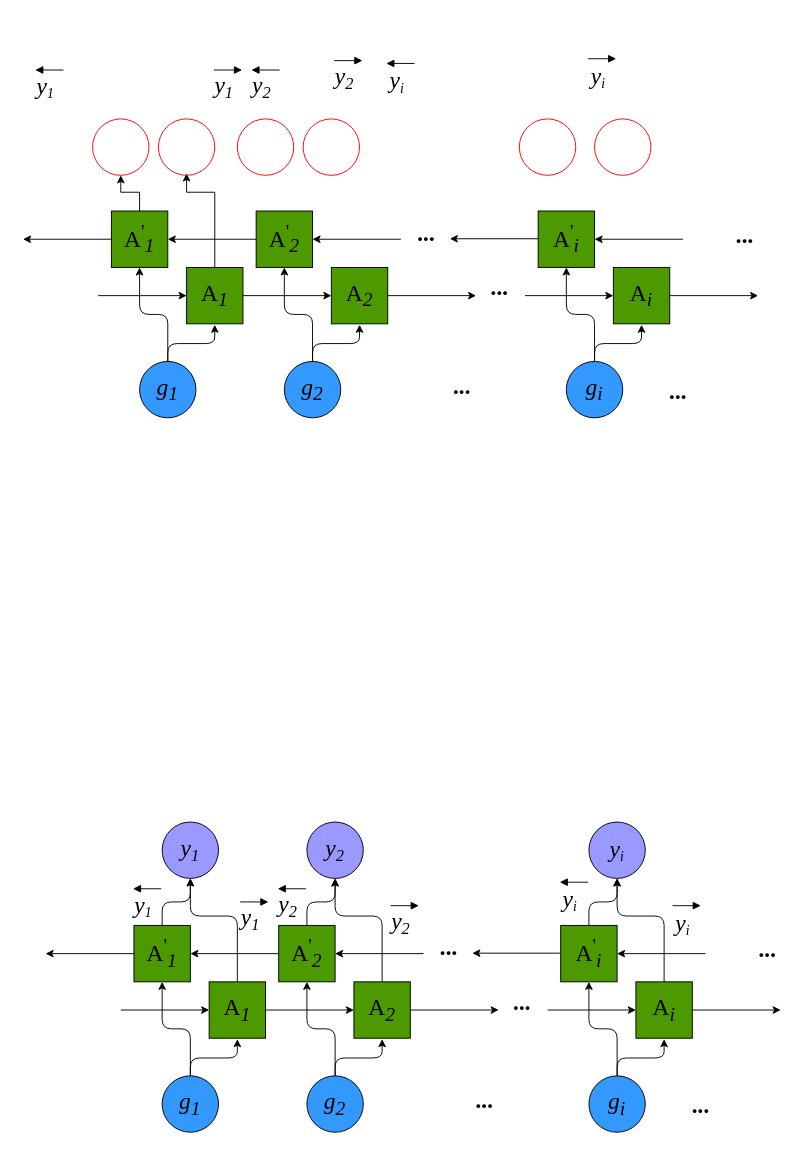
Above: BLSTM示意图.drawio in ByronGe/ff (draw.io), before the change. Source tidied: cells renumbered, new cells numbered last; positions are measured from the earlier drawing's top-left corner, leaving out a move shared by most shapes. Both pictures are drawn from the tidied source at 94%, with x=0, y=0 at pixel (23, 58).
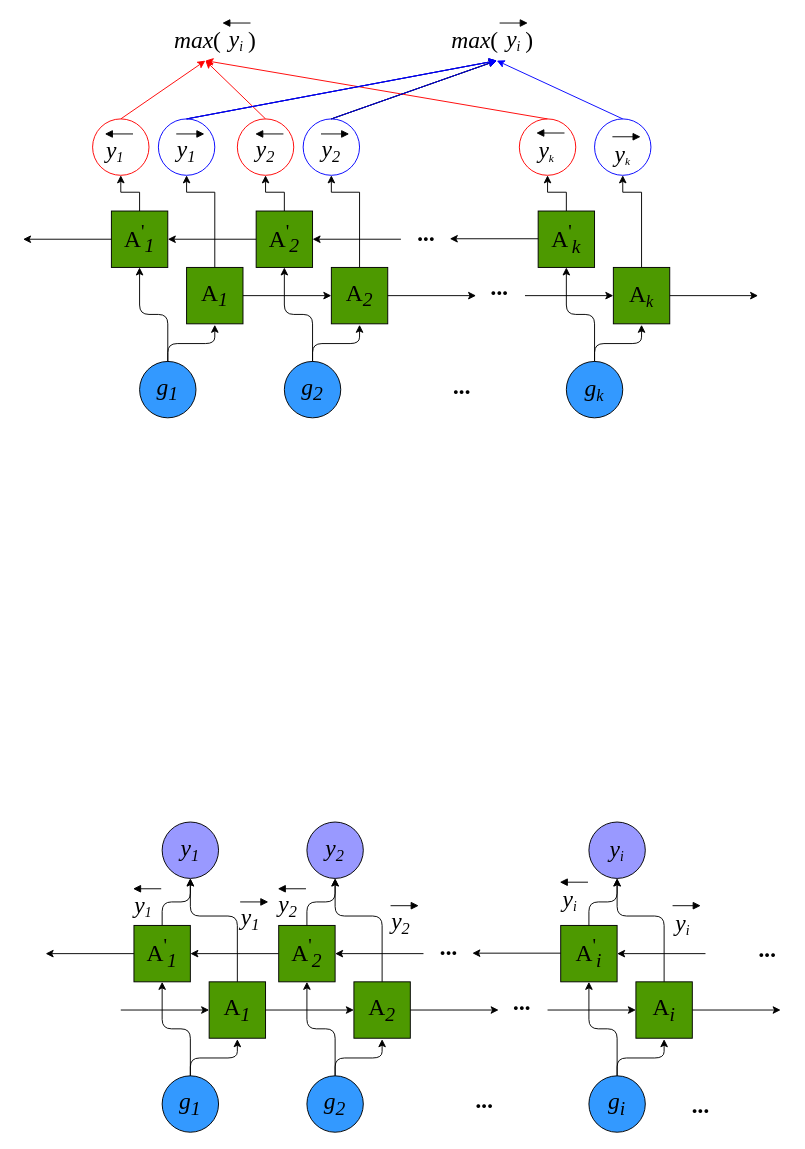
After the change.

Unchanged cells that the change refers to:
```xml
<mxCell id="8" style="whiteSpace=wrap;html=1;fontSize=25;fontStyle=2;fontFamily=Times New Roman;labelBackgroundColor=#00FF00;fillColor=#4D9900;" parent="1" vertex="1">
  <mxGeometry x="174" y="222" width="60" height="60" as="geometry" />
</mxCell>
<mxCell id="12" style="whiteSpace=wrap;html=1;fontSize=25;fontStyle=2;fontFamily=Times New Roman;gradientColor=none;fillColor=#4D9900;" parent="1" vertex="1">
  <mxGeometry x="248" y="162" width="60" height="60" as="geometry" />
</mxCell>
<mxCell id="13" style="whiteSpace=wrap;html=1;fontSize=25;fontStyle=2;fontFamily=Times New Roman;fillColor=#4D9900;" parent="1" vertex="1">
  <mxGeometry x="328" y="222" width="60" height="60" as="geometry" />
</mxCell>
<mxCell id="20" style="whiteSpace=wrap;html=1;fontSize=25;fontStyle=2;fontFamily=Times New Roman;fillColor=#4D9900;" parent="1" vertex="1">
  <mxGeometry x="548" y="162" width="60" height="60" as="geometry" />
</mxCell>
<mxCell id="21" style="whiteSpace=wrap;html=1;fontSize=25;fontStyle=2;fontFamily=Times New Roman;fillColor=#4D9900;" parent="1" vertex="1">
  <mxGeometry x="628" y="222" width="60" height="60" as="geometry" />
</mxCell>
<mxCell id="114" style="ellipse;whiteSpace=wrap;html=1;fontSize=25;fontStyle=2;fontFamily=Times New Roman;fillColor=none;strokeColor=#FF0000;" parent="1" vertex="1">
  <mxGeometry x="228" y="64" width="60" height="60" as="geometry" />
</mxCell>
<mxCell id="116" style="ellipse;whiteSpace=wrap;html=1;fontSize=25;fontStyle=2;fontFamily=Times New Roman;fillColor=none;strokeColor=#FF0000;" parent="1" vertex="1">
  <mxGeometry x="528" y="64" width="60" height="60" as="geometry" />
</mxCell>
```

What changed in the source:
```diff
@@
+    <mxCell id="118" style="html=1;verticalAlign=bottom;endArrow=block;fontSize=25;fontFamily=Times New Roman;" parent="1" edge="1">
+      <mxGeometry relative="1" as="geometry">
+        <mxPoint x="507" y="-38" as="sourcePoint" />
+        <mxPoint x="537" y="-38" as="targetPoint" />
+      </mxGeometry>
+    </mxCell>
     <mxCell id="2" style="html=1;verticalAlign=bottom;endArrow=block;fontSize=25;fontFamily=Times New Roman;" parent="1" edge="1">
       <mxGeometry relative="1" as="geometry">
-        <mxPoint x="203" y="12" as="sourcePoint" />
-        <mxPoint x="233" y="12" as="targetPoint" />
+        <mxPoint x="163" y="80" as="sourcePoint" />
+        <mxPoint x="193" y="80" as="targetPoint" />
       </mxGeometry>
     </mxCell>
@@
-    <mxCell id="7" style="edgeStyle=orthogonalEdgeStyle;rounded=0;jettySize=auto;html=1;" parent="1" edge="1" source="8">
-      <mxGeometry relative="1" as="geometry">
-        <mxPoint x="174" y="122" as="targetPoint" />
-        <Array as="points">
-          <mxPoint x="204" y="142" />
-          <mxPoint x="174" y="142" />
-        </Array>
-      </mxGeometry>
-    </mxCell>
+    <mxCell id="119" style="edgeStyle=orthogonalEdgeStyle;rounded=0;jettySize=auto;html=1;entryX=0.5;entryY=1;entryDx=0;entryDy=0;" parent="1" edge="1" source="8" target="113">
+      <mxGeometry relative="1" as="geometry">
+        <Array as="points">
+          <mxPoint x="204" y="142" />
+          <mxPoint x="174" y="142" />
+        </Array>
+      </mxGeometry>
+    </mxCell>
@@
+    <mxCell id="120" style="edgeStyle=orthogonalEdgeStyle;rounded=0;jettySize=auto;html=1;" parent="1" edge="1" source="12" target="114">
+      <mxGeometry relative="1" as="geometry" />
+    </mxCell>
@@
+    <mxCell id="121" style="edgeStyle=orthogonalEdgeStyle;rounded=0;jettySize=auto;html=1;entryX=0.5;entryY=1;entryDx=0;entryDy=0;" parent="1" edge="1" source="13" target="115">
+      <mxGeometry relative="1" as="geometry">
+        <Array as="points">
+          <mxPoint x="358" y="142" />
+          <mxPoint x="328" y="142" />
+        </Array>
+      </mxGeometry>
+    </mxCell>
@@
-    <mxCell id="19" value="g&lt;sub&gt;i&lt;/sub&gt;" style="ellipse;whiteSpace=wrap;html=1;fontSize=25;fontStyle=2;fontFamily=Times New Roman;labelBackgroundColor=none;fillColor=#3399FF;" parent="1" vertex="1">
+    <mxCell id="19" value="g&lt;span style=&quot;font-size: 20.8333px&quot;&gt;&lt;sub&gt;k&lt;/sub&gt;&lt;/span&gt;" style="ellipse;whiteSpace=wrap;html=1;fontSize=25;fontStyle=2;fontFamily=Times New Roman;labelBackgroundColor=none;fillColor=#3399FF;" parent="1" vertex="1">
       <mxGeometry x="578" y="322" width="60" height="60" as="geometry" />
     </mxCell>
+    <mxCell id="122" style="edgeStyle=orthogonalEdgeStyle;rounded=0;jettySize=auto;html=1;" parent="1" edge="1" source="20" target="116">
+      <mxGeometry relative="1" as="geometry" />
+    </mxCell>
@@
+    <mxCell id="123" style="edgeStyle=orthogonalEdgeStyle;rounded=0;jettySize=auto;html=1;entryX=0.5;entryY=1;entryDx=0;entryDy=0;" parent="1" edge="1" source="21" target="117">
+      <mxGeometry relative="1" as="geometry">
+        <Array as="points">
+          <mxPoint x="658" y="142" />
+          <mxPoint x="638" y="142" />
+        </Array>
+      </mxGeometry>
+    </mxCell>
@@
-    <mxCell id="26" style="endArrow=classic;html=1;exitX=1;exitY=0.5;exitDx=0;exitDy=0;entryX=0;entryY=0.5;entryDx=0;entryDy=0;fontSize=25;fontStyle=2;fontFamily=Times New Roman;" parent="1" edge="1">
-      <mxGeometry relative="1" as="geometry">
-        <mxPoint x="702" y="192" as="sourcePoint" />
-        <mxPoint x="608" y="192" as="targetPoint" />
-      </mxGeometry>
-    </mxCell>
@@
-    <mxCell id="30" style="endArrow=classic;html=1;exitX=1;exitY=0.5;exitDx=0;exitDy=0;entryX=0;entryY=0.5;entryDx=0;entryDy=0;fontSize=25;fontStyle=2;fontFamily=Times New Roman;" parent="1" edge="1">
-      <mxGeometry relative="1" as="geometry">
-        <mxPoint x="80" y="252" as="sourcePoint" />
-        <mxPoint x="174" y="252" as="targetPoint" />
-      </mxGeometry>
-    </mxCell>
@@
     <mxCell id="32" style="html=1;verticalAlign=bottom;endArrow=block;fontSize=25;fontFamily=Times New Roman;" parent="1" edge="1">
       <mxGeometry relative="1" as="geometry">
-        <mxPoint x="331" y="2" as="sourcePoint" />
-        <mxPoint x="361" y="2" as="targetPoint" />
+        <mxPoint x="317" y="80" as="sourcePoint" />
+        <mxPoint x="347" y="80" as="targetPoint" />
       </mxGeometry>
     </mxCell>
     <mxCell id="33" value="&lt;i&gt;y&lt;span style=&quot;font-size: 20.8333px&quot;&gt;&lt;sub&gt;2&lt;/sub&gt;&lt;/span&gt;&lt;/i&gt;" style="text;html=1;strokeColor=none;fillColor=none;align=center;verticalAlign=middle;whiteSpace=wrap;rounded=0;fontSize=25;fontFamily=Times New Roman;" parent="1" vertex="1">
-      <mxGeometry x="322" y="10" width="40" height="20" as="geometry" />
+      <mxGeometry x="308" y="88" width="40" height="20" as="geometry" />
     </mxCell>
     <mxCell id="34" style="html=1;verticalAlign=bottom;endArrow=block;fontSize=25;fontFamily=Times New Roman;" parent="1" edge="1">
       <mxGeometry relative="1" as="geometry">
-        <mxPoint x="601" as="sourcePoint" />
-        <mxPoint x="631" as="targetPoint" />
+        <mxPoint x="627" y="83" as="sourcePoint" />
+        <mxPoint x="657" y="83" as="targetPoint" />
       </mxGeometry>
     </mxCell>
-    <mxCell id="35" value="&lt;i&gt;y&lt;span style=&quot;font-size: 17.3611px&quot;&gt;&lt;sub&gt;i&lt;/sub&gt;&lt;/span&gt;&lt;/i&gt;" style="text;html=1;strokeColor=none;fillColor=none;align=center;verticalAlign=middle;whiteSpace=wrap;rounded=0;fontSize=25;fontFamily=Times New Roman;" parent="1" vertex="1">
-      <mxGeometry x="592" y="8" width="40" height="22" as="geometry" />
+    <mxCell id="35" value="&lt;i&gt;y&lt;span style=&quot;font-size: 14.4676px&quot;&gt;&lt;sub&gt;k&lt;/sub&gt;&lt;/span&gt;&lt;/i&gt;" style="text;html=1;strokeColor=none;fillColor=none;align=center;verticalAlign=middle;whiteSpace=wrap;rounded=0;fontSize=25;fontFamily=Times New Roman;" parent="1" vertex="1">
+      <mxGeometry x="618" y="91" width="40" height="22" as="geometry" />
     </mxCell>
     <mxCell id="36" value="&lt;i&gt;y&lt;span style=&quot;font-size: 20.8333px&quot;&gt;&lt;sub&gt;1&lt;/sub&gt;&lt;/span&gt;&lt;/i&gt;" style="text;html=1;strokeColor=none;fillColor=none;align=center;verticalAlign=middle;whiteSpace=wrap;rounded=0;fontSize=25;fontFamily=Times New Roman;" parent="1" vertex="1">
-      <mxGeometry x="194" y="20" width="40" height="20" as="geometry" />
+      <mxGeometry x="154" y="88" width="40" height="20" as="geometry" />
     </mxCell>
     <mxCell id="37" style="html=1;verticalAlign=bottom;endArrow=block;fontSize=25;fontFamily=Times New Roman;" parent="1" edge="1">
       <mxGeometry relative="1" as="geometry">
-        <mxPoint x="273" y="12" as="sourcePoint" />
-        <mxPoint x="243" y="12" as="targetPoint" />
+        <mxPoint x="277" y="80" as="sourcePoint" />
+        <mxPoint x="247" y="80" as="targetPoint" />
       </mxGeometry>
     </mxCell>
     <mxCell id="38" value="&lt;i&gt;y&lt;span style=&quot;font-size: 20.8333px&quot;&gt;&lt;sub&gt;2&lt;/sub&gt;&lt;/span&gt;&lt;/i&gt;" style="text;html=1;strokeColor=none;fillColor=none;align=center;verticalAlign=middle;whiteSpace=wrap;rounded=0;fontSize=25;fontFamily=Times New Roman;" parent="1" vertex="1">
-      <mxGeometry x="234" y="20" width="40" height="20" as="geometry" />
+      <mxGeometry x="238" y="88" width="40" height="20" as="geometry" />
     </mxCell>
     <mxCell id="39" style="html=1;verticalAlign=bottom;endArrow=block;fontSize=25;fontFamily=Times New Roman;" parent="1" edge="1">
       <mxGeometry relative="1" as="geometry">
-        <mxPoint x="43" y="12" as="sourcePoint" />
-        <mxPoint x="13" y="12" as="targetPoint" />
+        <mxPoint x="117" y="80" as="sourcePoint" />
+        <mxPoint x="87" y="80" as="targetPoint" />
       </mxGeometry>
     </mxCell>
     <mxCell id="40" value="&lt;i&gt;y&lt;span style=&quot;font-size: 17.3611px&quot;&gt;&lt;sub&gt;1&lt;/sub&gt;&lt;/span&gt;&lt;/i&gt;" style="text;html=1;strokeColor=none;fillColor=none;align=center;verticalAlign=middle;whiteSpace=wrap;rounded=0;fontSize=25;fontFamily=Times New Roman;" parent="1" vertex="1">
-      <mxGeometry x="4" y="20" width="40" height="20" as="geometry" />
+      <mxGeometry x="78" y="88" width="40" height="20" as="geometry" />
     </mxCell>
     <mxCell id="41" style="html=1;verticalAlign=bottom;endArrow=block;fontSize=25;fontFamily=Times New Roman;" parent="1" edge="1">
       <mxGeometry relative="1" as="geometry">
-        <mxPoint x="416.5" y="5" as="sourcePoint" />
-        <mxPoint x="386.5" y="5" as="targetPoint" />
+        <mxPoint x="576" y="79" as="sourcePoint" />
+        <mxPoint x="546" y="79" as="targetPoint" />
       </mxGeometry>
     </mxCell>
-    <mxCell id="42" value="&lt;i&gt;y&lt;span style=&quot;font-size: 17.3611px&quot;&gt;&lt;sub&gt;i&lt;/sub&gt;&lt;/span&gt;&lt;/i&gt;" style="text;html=1;strokeColor=none;fillColor=none;align=center;verticalAlign=middle;whiteSpace=wrap;rounded=0;fontSize=25;fontFamily=Times New Roman;" parent="1" vertex="1">
-      <mxGeometry x="377.5" y="13" width="40" height="22" as="geometry" />
+    <mxCell id="42" value="&lt;i&gt;y&lt;span style=&quot;font-size: 14.4676px&quot;&gt;&lt;sub&gt;k&lt;/sub&gt;&lt;/span&gt;&lt;/i&gt;" style="text;html=1;strokeColor=none;fillColor=none;align=center;verticalAlign=middle;whiteSpace=wrap;rounded=0;fontSize=25;fontFamily=Times New Roman;" parent="1" vertex="1">
+      <mxGeometry x="537" y="87" width="40" height="22" as="geometry" />
     </mxCell>
-    <mxCell id="43" value="A&lt;sub&gt;&lt;i&gt;i&lt;/i&gt;&lt;/sub&gt;" style="text;html=1;strokeColor=none;fillColor=none;align=center;verticalAlign=middle;whiteSpace=wrap;rounded=0;fontSize=25;fontFamily=Times New Roman;" parent="1" vertex="1">
+    <mxCell id="43" value="A&lt;span style=&quot;font-size: 20.8333px&quot;&gt;&lt;i&gt;&lt;sub&gt;k&lt;/sub&gt;&lt;/i&gt;&lt;/span&gt;" style="text;html=1;strokeColor=none;fillColor=none;align=center;verticalAlign=middle;whiteSpace=wrap;rounded=0;fontSize=25;fontFamily=Times New Roman;" parent="1" vertex="1">
       <mxGeometry x="638" y="242" width="40" height="20" as="geometry" />
     </mxCell>
@@
-    <mxCell id="48" value="A&lt;sup&gt;'&lt;/sup&gt;&lt;sub&gt;&lt;i&gt;i&lt;/i&gt;&lt;/sub&gt;" style="text;html=1;strokeColor=none;fillColor=none;align=center;verticalAlign=middle;whiteSpace=wrap;rounded=0;fontSize=25;fontFamily=Times New Roman;" parent="1" vertex="1">
+    <mxCell id="48" value="A&lt;sup&gt;'&lt;/sup&gt;&lt;i&gt;&lt;sub&gt;k&lt;/sub&gt;&lt;/i&gt;" style="text;html=1;strokeColor=none;fillColor=none;align=center;verticalAlign=middle;whiteSpace=wrap;rounded=0;fontSize=25;fontFamily=Times New Roman;" parent="1" vertex="1">
       <mxGeometry x="558" y="182" width="40" height="20" as="geometry" />
     </mxCell>
@@
-    <mxCell id="50" value="&lt;b style=&quot;font-size: 25px;&quot;&gt;&lt;font style=&quot;font-size: 25px;&quot;&gt;...&lt;/font&gt;&lt;/b&gt;" style="text;html=1;strokeColor=none;fillColor=none;align=center;verticalAlign=middle;whiteSpace=wrap;rounded=0;fontSize=25;fontStyle=2;fontFamily=Times New Roman;" parent="1" vertex="1">
-      <mxGeometry x="693" y="352" width="10" as="geometry" />
-    </mxCell>
-    <mxCell id="51" value="&lt;b style=&quot;font-size: 25px;&quot;&gt;&lt;font style=&quot;font-size: 25px;&quot;&gt;...&lt;/font&gt;&lt;/b&gt;" style="text;html=1;strokeColor=none;fillColor=none;align=center;verticalAlign=middle;whiteSpace=wrap;rounded=0;fontSize=25;fontStyle=2;fontFamily=Times New Roman;" parent="1" vertex="1">
-      <mxGeometry x="764" y="186" width="10" as="geometry" />
-    </mxCell>
@@
-    <mxCell id="113" style="ellipse;whiteSpace=wrap;html=1;fontSize=25;fontStyle=2;fontFamily=Times New Roman;fillColor=none;strokeColor=#FF0000;" parent="1" vertex="1">
+    <mxCell id="113" style="ellipse;whiteSpace=wrap;html=1;fontSize=25;fontStyle=2;fontFamily=Times New Roman;fillColor=none;strokeColor=#0000FF;" parent="1" vertex="1">
       <mxGeometry x="144" y="64" width="60" height="60" as="geometry" />
     </mxCell>
@@
-    <mxCell id="115" style="ellipse;whiteSpace=wrap;html=1;fontSize=25;fontStyle=2;fontFamily=Times New Roman;fillColor=none;strokeColor=#FF0000;" parent="1" vertex="1">
+    <mxCell id="115" style="ellipse;whiteSpace=wrap;html=1;fontSize=25;fontStyle=2;fontFamily=Times New Roman;fillColor=none;strokeColor=#0000FF;" parent="1" vertex="1">
       <mxGeometry x="298" y="64" width="60" height="60" as="geometry" />
     </mxCell>
@@
-    <mxCell id="117" style="ellipse;whiteSpace=wrap;html=1;fontSize=25;fontStyle=2;fontFamily=Times New Roman;fillColor=none;strokeColor=#FF0000;" parent="1" vertex="1">
+    <mxCell id="117" style="ellipse;whiteSpace=wrap;html=1;fontSize=25;fontStyle=2;fontFamily=Times New Roman;fillColor=none;strokeColor=#0000FF;" parent="1" vertex="1">
       <mxGeometry x="608" y="64" width="60" height="60" as="geometry" />
     </mxCell>
+    <mxCell id="124" style="endArrow=classic;html=1;strokeColor=#FF0000;" parent="1" edge="1">
+      <mxGeometry relative="1" as="geometry">
+        <mxPoint x="104" y="64" as="sourcePoint" />
+        <mxPoint x="194" y="2" as="targetPoint" />
+      </mxGeometry>
+    </mxCell>
+    <mxCell id="125" style="endArrow=classic;html=1;strokeColor=#FF0000;" parent="1" edge="1">
+      <mxGeometry relative="1" as="geometry">
+        <mxPoint x="258" y="64" as="sourcePoint" />
+        <mxPoint x="194" y="2" as="targetPoint" />
+      </mxGeometry>
+    </mxCell>
+    <mxCell id="126" style="endArrow=classic;html=1;exitX=0.5;exitY=0;exitDx=0;exitDy=0;strokeColor=#FF0000;" parent="1" edge="1" source="116">
+      <mxGeometry relative="1" as="geometry">
+        <mxPoint x="194" y="2" as="targetPoint" />
+      </mxGeometry>
+    </mxCell>
+    <mxCell id="127" style="endArrow=classic;html=1;exitX=0.5;exitY=0;exitDx=0;exitDy=0;" parent="1" edge="1" source="113">
+      <mxGeometry relative="1" as="geometry">
+        <mxPoint x="504" y="2" as="targetPoint" />
+      </mxGeometry>
+    </mxCell>
+    <mxCell id="128" style="endArrow=classic;html=1;exitX=0.5;exitY=0;exitDx=0;exitDy=0;strokeColor=#0000FF;" parent="1" edge="1" source="117">
+      <mxGeometry relative="1" as="geometry">
+        <mxPoint x="504" y="2" as="targetPoint" />
+      </mxGeometry>
+    </mxCell>
+    <mxCell id="129" style="endArrow=classic;html=1;" parent="1" edge="1">
+      <mxGeometry relative="1" as="geometry">
+        <mxPoint x="328" y="64" as="sourcePoint" />
+        <mxPoint x="504" y="2" as="targetPoint" />
+      </mxGeometry>
+    </mxCell>
+    <mxCell id="130" style="html=1;verticalAlign=bottom;endArrow=block;fontSize=25;fontFamily=Times New Roman;" parent="1" edge="1">
+      <mxGeometry relative="1" as="geometry">
+        <mxPoint x="242" y="-38" as="sourcePoint" />
+        <mxPoint x="212" y="-38" as="targetPoint" />
+      </mxGeometry>
+    </mxCell>
+    <mxCell id="131" value="&lt;i&gt;y&lt;span style=&quot;font-size: 17.3611px&quot;&gt;&lt;sub&gt;i&lt;/sub&gt;&lt;/span&gt;&lt;/i&gt;" style="text;html=1;strokeColor=none;fillColor=none;align=center;verticalAlign=middle;whiteSpace=wrap;rounded=0;fontSize=25;fontFamily=Times New Roman;" parent="1" vertex="1">
+      <mxGeometry x="207" y="-30" width="40" height="20" as="geometry" />
+    </mxCell>
+    <mxCell id="132" value="&lt;font style=&quot;font-size: 25px&quot; face=&quot;Times New Roman&quot;&gt;&lt;i&gt;max&lt;/i&gt;(&lt;/font&gt;" style="text;html=1;strokeColor=none;fillColor=none;align=center;verticalAlign=middle;whiteSpace=wrap;rounded=0;" parent="1" vertex="1">
+      <mxGeometry x="168" y="-30" width="36" height="20" as="geometry" />
+    </mxCell>
+    <mxCell id="133" value="&lt;font style=&quot;font-size: 25px ; font-style: normal&quot; face=&quot;Times New Roman&quot;&gt;)&lt;/font&gt;" style="text;html=1;strokeColor=none;fillColor=none;align=center;verticalAlign=middle;whiteSpace=wrap;rounded=0;fontStyle=2;" parent="1" vertex="1">
+      <mxGeometry x="241" y="-30" width="6" height="20" as="geometry" />
+    </mxCell>
+    <mxCell id="134" value="&lt;i&gt;y&lt;span style=&quot;font-size: 17.3611px&quot;&gt;&lt;sub&gt;i&lt;/sub&gt;&lt;/span&gt;&lt;/i&gt;" style="text;html=1;strokeColor=none;fillColor=none;align=center;verticalAlign=middle;whiteSpace=wrap;rounded=0;fontSize=25;fontFamily=Times New Roman;" parent="1" vertex="1">
+      <mxGeometry x="502" y="-30" width="40" height="20" as="geometry" />
+    </mxCell>
+    <mxCell id="135" value="&lt;font style=&quot;font-size: 25px&quot; face=&quot;Times New Roman&quot;&gt;&lt;i&gt;max&lt;/i&gt;(&lt;/font&gt;" style="text;html=1;strokeColor=none;fillColor=none;align=center;verticalAlign=middle;whiteSpace=wrap;rounded=0;" parent="1" vertex="1">
+      <mxGeometry x="463" y="-30" width="36" height="20" as="geometry" />
+    </mxCell>
+    <mxCell id="136" value="&lt;font style=&quot;font-size: 25px ; font-style: normal&quot; face=&quot;Times New Roman&quot;&gt;)&lt;/font&gt;" style="text;html=1;strokeColor=none;fillColor=none;align=center;verticalAlign=middle;whiteSpace=wrap;rounded=0;fontStyle=2;" parent="1" vertex="1">
+      <mxGeometry x="536" y="-30" width="6" height="20" as="geometry" />
+    </mxCell>
+    <mxCell id="137" style="endArrow=classic;html=1;" parent="1" edge="1">
+      <mxGeometry relative="1" as="geometry">
+        <mxPoint x="328" y="64" as="sourcePoint" />
+        <mxPoint x="504" y="2" as="targetPoint" />
+      </mxGeometry>
+    </mxCell>
+    <mxCell id="138" style="endArrow=classic;html=1;exitX=0.5;exitY=0;exitDx=0;exitDy=0;strokeColor=#0000FF;" parent="1" edge="1">
+      <mxGeometry relative="1" as="geometry">
+        <mxPoint x="174" y="64" as="sourcePoint" />
+        <mxPoint x="504" y="2" as="targetPoint" />
+      </mxGeometry>
+    </mxCell>
+    <mxCell id="139" style="endArrow=classic;html=1;strokeColor=#0000FF;" parent="1" edge="1">
+      <mxGeometry relative="1" as="geometry">
+        <mxPoint x="328" y="64" as="sourcePoint" />
+        <mxPoint x="504" y="2" as="targetPoint" />
+      </mxGeometry>
+    </mxCell>
+    <mxCell id="140" style="endArrow=classic;html=1;exitX=0.5;exitY=0;exitDx=0;exitDy=0;strokeColor=#0000FF;" parent="1" edge="1">
+      <mxGeometry relative="1" as="geometry">
+        <mxPoint x="174" y="64" as="sourcePoint" />
+        <mxPoint x="504" y="2" as="targetPoint" />
+      </mxGeometry>
+    </mxCell>
```
